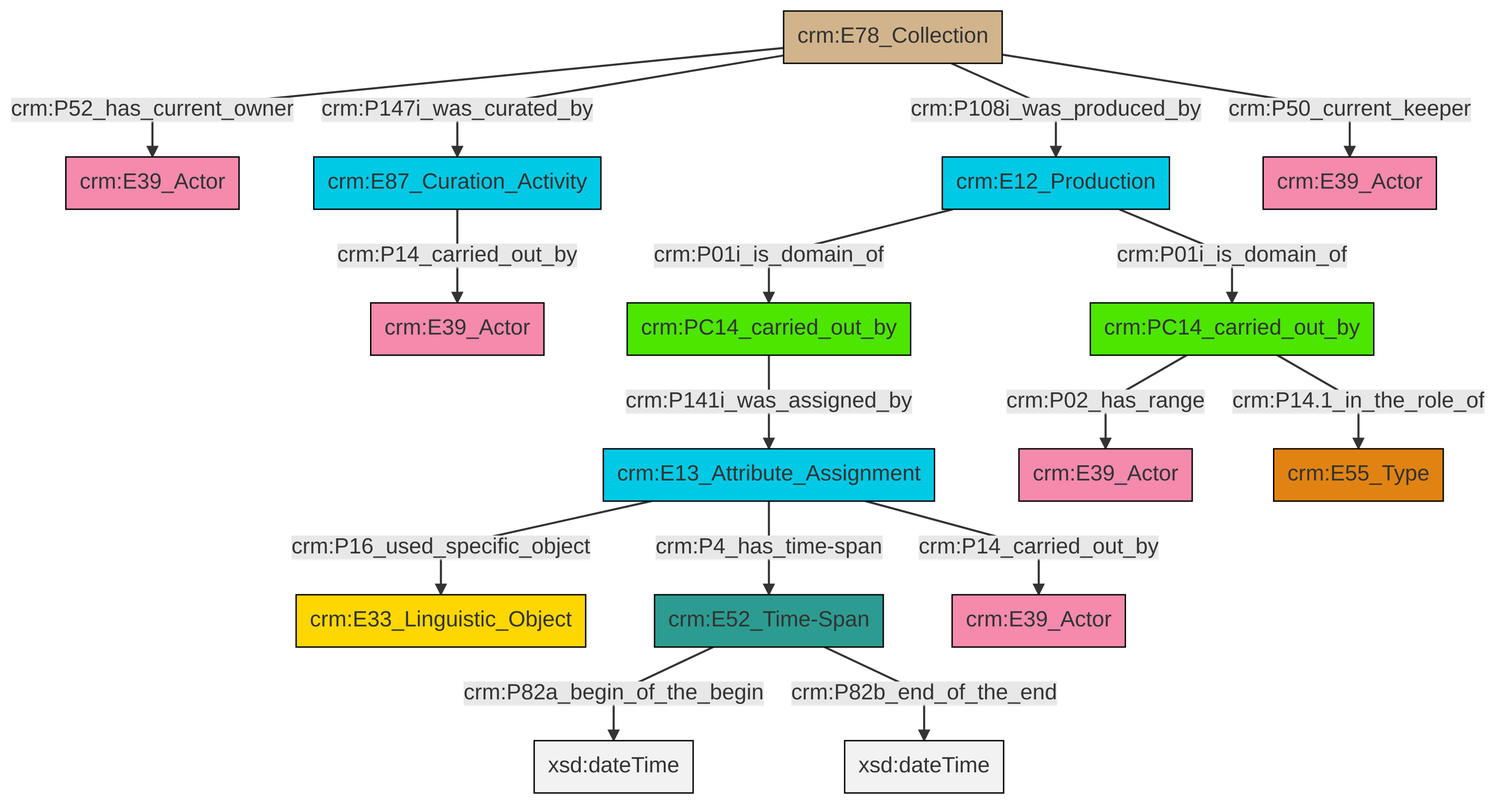
The Mermaid diagram et/archivalCSV/ttl/mmd/png/archival_relation.png in swiss-art-research-net/docs.swissartresearch, before a commit. Its source is kept beside it as et/archivalCSV/ttl/mmd/archival_relation.ttl.mmd.
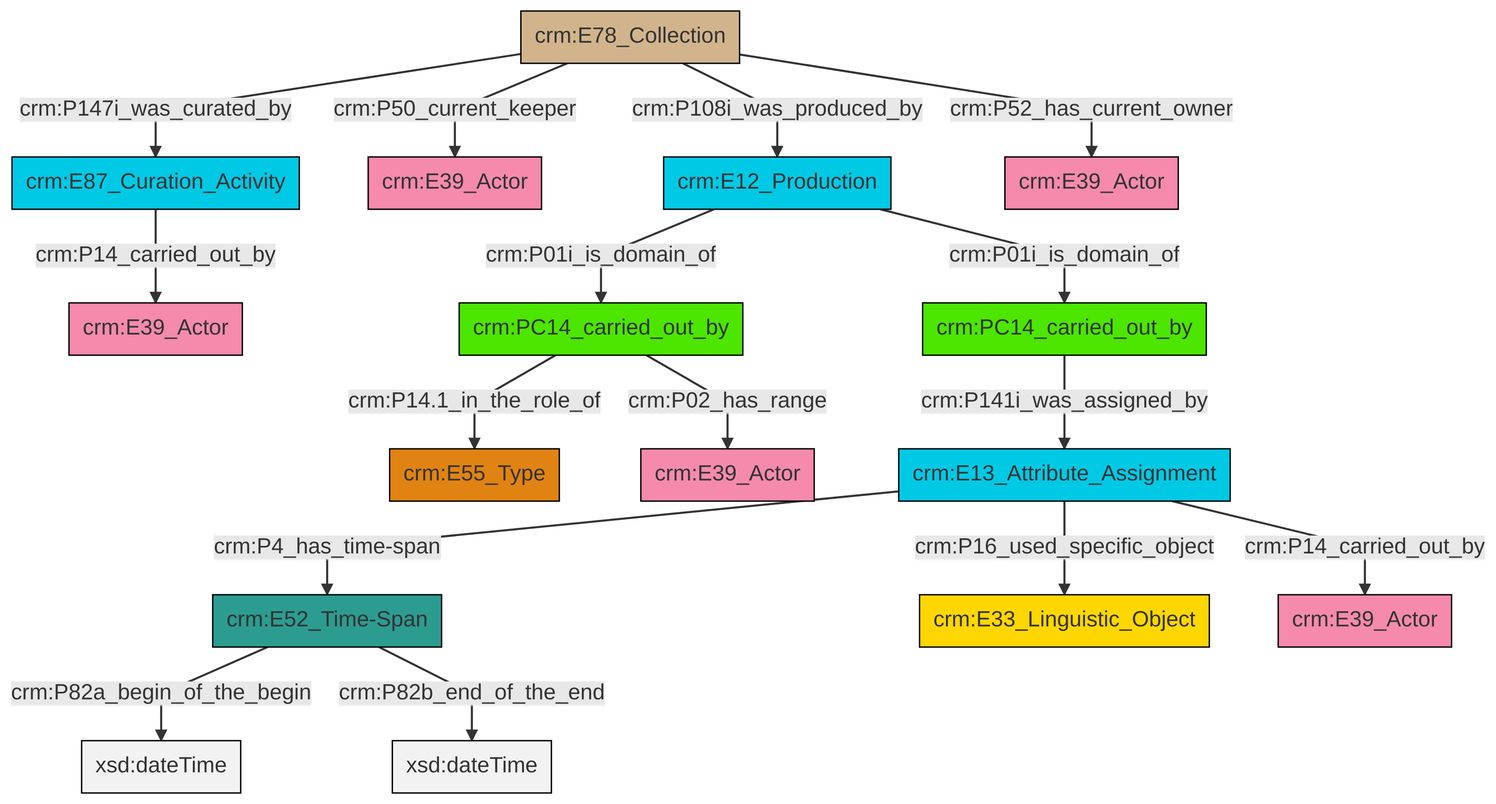
The same file after the commit.

Diff of the diagram source:
```diff
@@ -13,18 +13,18 @@
 classDef PC_Classes fill:#4ce600, stroke:#000000;
 classDef Multi fill:#cccccc,stroke:#000000;
 
-0["crm:E13_Attribute_Assignment"]:::Temporal_Entity -->|crm:P16_used_specific_object| 1["crm:E33_Linguistic_Object"]:::Conceptual_Object
-6["crm:E78_Collection"]:::Physical_Thing -->|crm:P147i_was_curated_by| 7["crm:E87_Curation_Activity"]:::Temporal_Entity
-8["crm:E52_Time-Span"]:::Time-Span -->|crm:P82a_begin_of_the_begin| 9[xsd:dateTime]:::Literal
-10["crm:PC14_carried_out_by"]:::PC_Classes -->|crm:P02_has_range| 11["crm:E39_Actor"]:::Actor
-12["crm:E12_Production"]:::Temporal_Entity -->|crm:P01i_is_domain_of| 10["crm:PC14_carried_out_by"]:::PC_Classes
-6["crm:E78_Collection"]:::Physical_Thing -->|crm:P52_has_current_owner| 2["crm:E39_Actor"]:::Actor
-8["crm:E52_Time-Span"]:::Time-Span -->|crm:P82b_end_of_the_end| 15[xsd:dateTime]:::Literal
-10["crm:PC14_carried_out_by"]:::PC_Classes -->|crm:P14.1_in_the_role_of| 17["crm:E55_Type"]:::Type
-7["crm:E87_Curation_Activity"]:::Temporal_Entity -->|crm:P14_carried_out_by| 4["crm:E39_Actor"]:::Actor
-6["crm:E78_Collection"]:::Physical_Thing -->|crm:P50_current_keeper| 19["crm:E39_Actor"]:::Actor
-6["crm:E78_Collection"]:::Physical_Thing -->|crm:P108i_was_produced_by| 12["crm:E12_Production"]:::Temporal_Entity
-0["crm:E13_Attribute_Assignment"]:::Temporal_Entity -->|crm:P4_has_time-span| 8["crm:E52_Time-Span"]:::Time-Span
-12["crm:E12_Production"]:::Temporal_Entity -->|crm:P01i_is_domain_of| 20["crm:PC14_carried_out_by"]:::PC_Classes
-0["crm:E13_Attribute_Assignment"]:::Temporal_Entity -->|crm:P14_carried_out_by| 23["crm:E39_Actor"]:::Actor
-20["crm:PC14_carried_out_by"]:::PC_Classes -->|crm:P141i_was_assigned_by| 0["crm:E13_Attribute_Assignment"]:::Temporal_Entity
+0["crm:E87_Curation_Activity"]:::Temporal_Entity -->|crm:P14_carried_out_by| 1["crm:E39_Actor"]:::Actor
+2["crm:E78_Collection"]:::Physical_Thing -->|crm:P147i_was_curated_by| 0["crm:E87_Curation_Activity"]:::Temporal_Entity
+3["crm:PC14_carried_out_by"]:::PC_Classes -->|crm:P14.1_in_the_role_of| 4["crm:E55_Type"]:::Type
+2["crm:E78_Collection"]:::Physical_Thing -->|crm:P50_current_keeper| 5["crm:E39_Actor"]:::Actor
+2["crm:E78_Collection"]:::Physical_Thing -->|crm:P108i_was_produced_by| 6["crm:E12_Production"]:::Temporal_Entity
+7["crm:E52_Time-Span"]:::Time-Span -->|crm:P82a_begin_of_the_begin| 8[xsd:dateTime]:::Literal
+6["crm:E12_Production"]:::Temporal_Entity -->|crm:P01i_is_domain_of| 3["crm:PC14_carried_out_by"]:::PC_Classes
+11["crm:E13_Attribute_Assignment"]:::Temporal_Entity -->|crm:P16_used_specific_object| 12["crm:E33_Linguistic_Object"]:::Conceptual_Object
+7["crm:E52_Time-Span"]:::Time-Span -->|crm:P82b_end_of_the_end| 15[xsd:dateTime]:::Literal
+19["crm:PC14_carried_out_by"]:::PC_Classes -->|crm:P141i_was_assigned_by| 11["crm:E13_Attribute_Assignment"]:::Temporal_Entity
+6["crm:E12_Production"]:::Temporal_Entity -->|crm:P01i_is_domain_of| 19["crm:PC14_carried_out_by"]:::PC_Classes
+11["crm:E13_Attribute_Assignment"]:::Temporal_Entity -->|crm:P14_carried_out_by| 24["crm:E39_Actor"]:::Actor
+2["crm:E78_Collection"]:::Physical_Thing -->|crm:P52_has_current_owner| 25["crm:E39_Actor"]:::Actor
+11["crm:E13_Attribute_Assignment"]:::Temporal_Entity -->|crm:P4_has_time-span| 7["crm:E52_Time-Span"]:::Time-Span
+3["crm:PC14_carried_out_by"]:::PC_Classes -->|crm:P02_has_range| 9["crm:E39_Actor"]:::Actor
```
